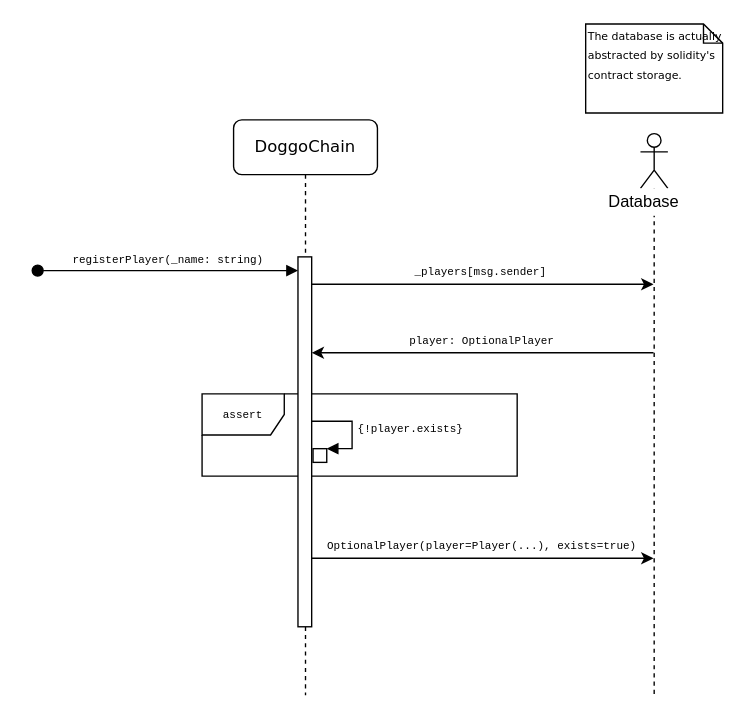
This is diagrams/DoggoChain - registerPlayer SD.drawio from JPTIZ/doggochain, a draw.io file, before an edit. Source tidied: cells renumbered, new cells numbered last; positions are measured from the earlier drawing's top-left corner, leaving out a move shared by most shapes. Both pictures are drawn from the tidied source at 137%, with x=0, y=0 at pixel (37, 23).
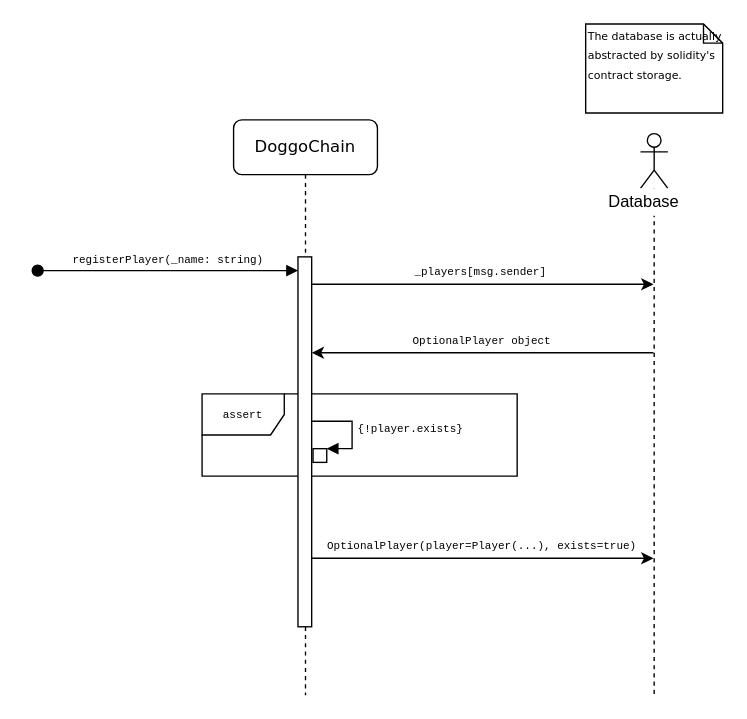
The same page after the edit.

Unchanged cells that the change refers to:
```xml
<mxCell id="12" style="endArrow=classic;html=1;fontFamily=Courier New;fontSize=8;" parent="1" edge="1" source="16" target="10">
  <mxGeometry relative="1" as="geometry">
    <Array as="points">
      <mxPoint x="300" y="240" />
    </Array>
  </mxGeometry>
</mxCell>
```

What changed in the source:
```diff
@@
-    <mxCell id="13" value="player: OptionalPlayer" style="text;html=1;align=center;verticalAlign=middle;labelBackgroundColor=#ffffff;fontSize=8;fontFamily=Courier New;" parent="12" vertex="1">
+    <mxCell id="13" value=" OptionalPlayer object" style="text;html=1;align=center;verticalAlign=middle;labelBackgroundColor=#ffffff;fontSize=8;fontFamily=Courier New;" parent="12" vertex="1">
       <mxGeometry x="-0.08" y="-2" relative="1" as="geometry">
         <mxPoint x="-11.5" y="-8" as="offset" />
       </mxGeometry>
     </mxCell>
```
